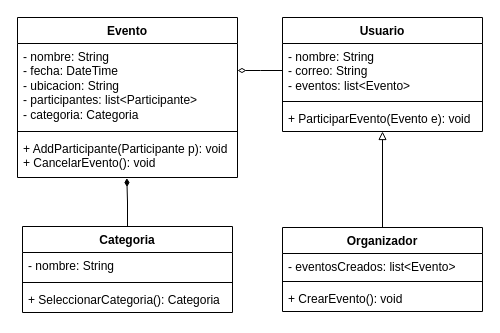
Earlier version of the draw.io diagram doc/diagramas/indra_programacion.drawio (daniel-lleo/Indra-FP-1). Source tidied: cells renumbered, new cells numbered last; positions are measured from the earlier drawing's top-left corner, leaving out a move shared by most shapes. Both pictures are drawn from the tidied source at 100%, with x=0, y=0 at pixel (17, 17).
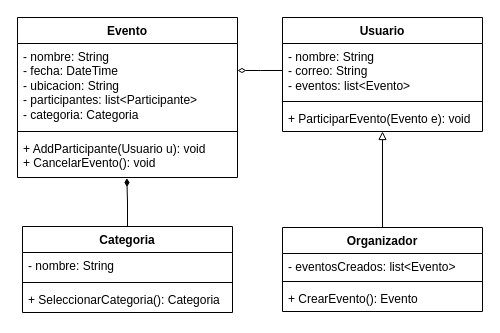
After the change.

Commit message (it also covers changes not shown here):
Resueltos 2 errores en el diagrama de clases.

The change refers to these unchanged cells:
```xml
<mxCell id="2" value="Evento" style="swimlane;fontStyle=1;align=center;verticalAlign=top;horizontal=1;startSize=26;whiteSpace=wrap;html=1;" parent="1" vertex="1">
  <mxGeometry width="220" height="160" as="geometry" />
</mxCell>
<mxCell id="11" value="Organizador" style="swimlane;fontStyle=1;align=center;verticalAlign=top;horizontal=1;startSize=26;whiteSpace=wrap;html=1;" parent="1" vertex="1">
  <mxGeometry x="265" y="210" width="200" height="84" as="geometry" />
</mxCell>
```

Change to the diagram source:
```diff
@@
-    <mxCell id="5" value="+ AddParticipante(Participante p): void&lt;div&gt;+ CancelarEvento(): void&lt;/div&gt;" style="text;strokeColor=none;fillColor=none;align=left;verticalAlign=top;spacingLeft=4;spacingRight=4;overflow=hidden;points=[[0,0.5],[1,0.5]];portConstraint=eastwest;whiteSpace=wrap;html=1;" parent="2" vertex="1">
+    <mxCell id="5" value="+ AddParticipante(Usuario u): void&lt;div&gt;+ CancelarEvento(): void&lt;/div&gt;" style="text;strokeColor=none;fillColor=none;align=left;verticalAlign=top;spacingLeft=4;spacingRight=4;overflow=hidden;points=[[0,0.5],[1,0.5]];portConstraint=eastwest;whiteSpace=wrap;html=1;" parent="2" vertex="1">
       <mxGeometry y="118" width="220" height="42" as="geometry" />
     </mxCell>
@@
-    <mxCell id="14" value="+ CrearEvento(): void" style="text;strokeColor=none;fillColor=none;align=left;verticalAlign=top;spacingLeft=4;spacingRight=4;overflow=hidden;whiteSpace=wrap;html=1;" parent="11" vertex="1">
+    <mxCell id="14" value="+ CrearEvento(): Evento" style="text;strokeColor=none;fillColor=none;align=left;verticalAlign=top;spacingLeft=4;spacingRight=4;overflow=hidden;whiteSpace=wrap;html=1;" parent="11" vertex="1">
       <mxGeometry y="58" width="200" height="26" as="geometry" />
     </mxCell>
```
